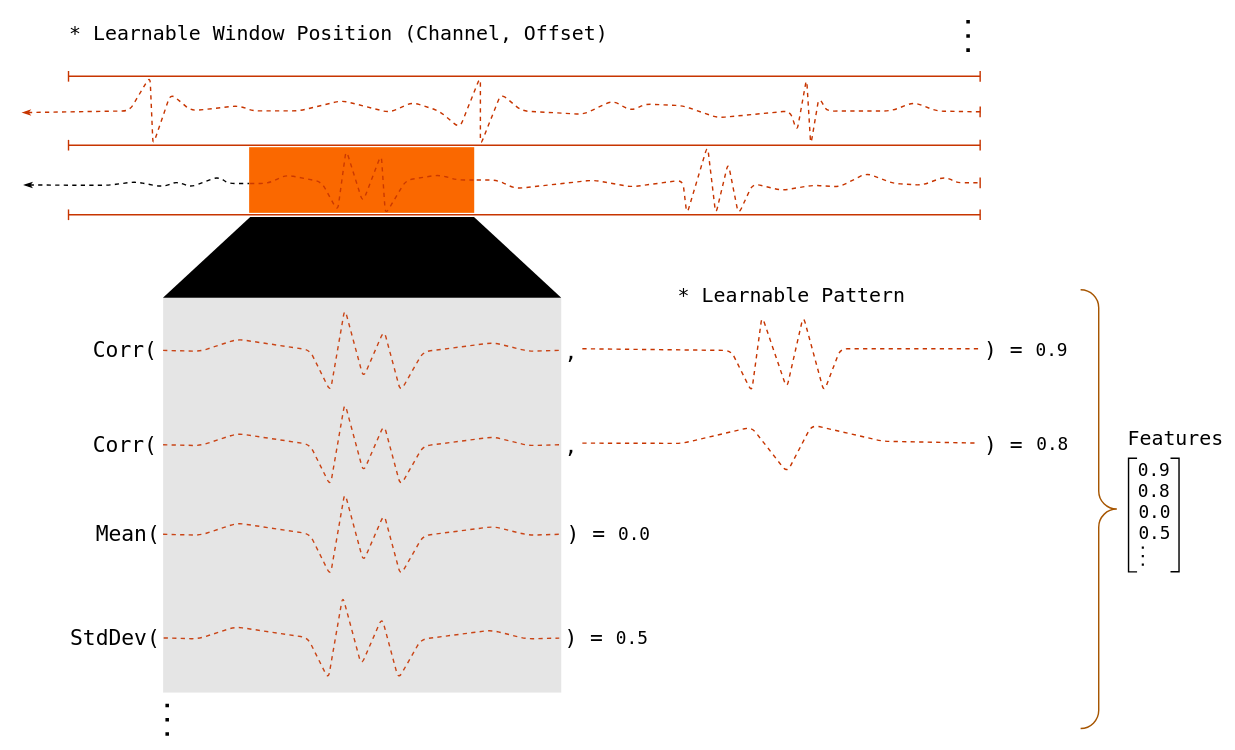
Above: fig_origins/sps.drawio.xml in Senopiece/thesis (draw.io), before the change. Source tidied: cells renumbered, new cells numbered last; positions are measured from the earlier drawing's top-left corner, leaving out a move shared by most shapes. Both pictures are drawn from the tidied source at 71%, with x=0, y=0 at pixel (22, 13).
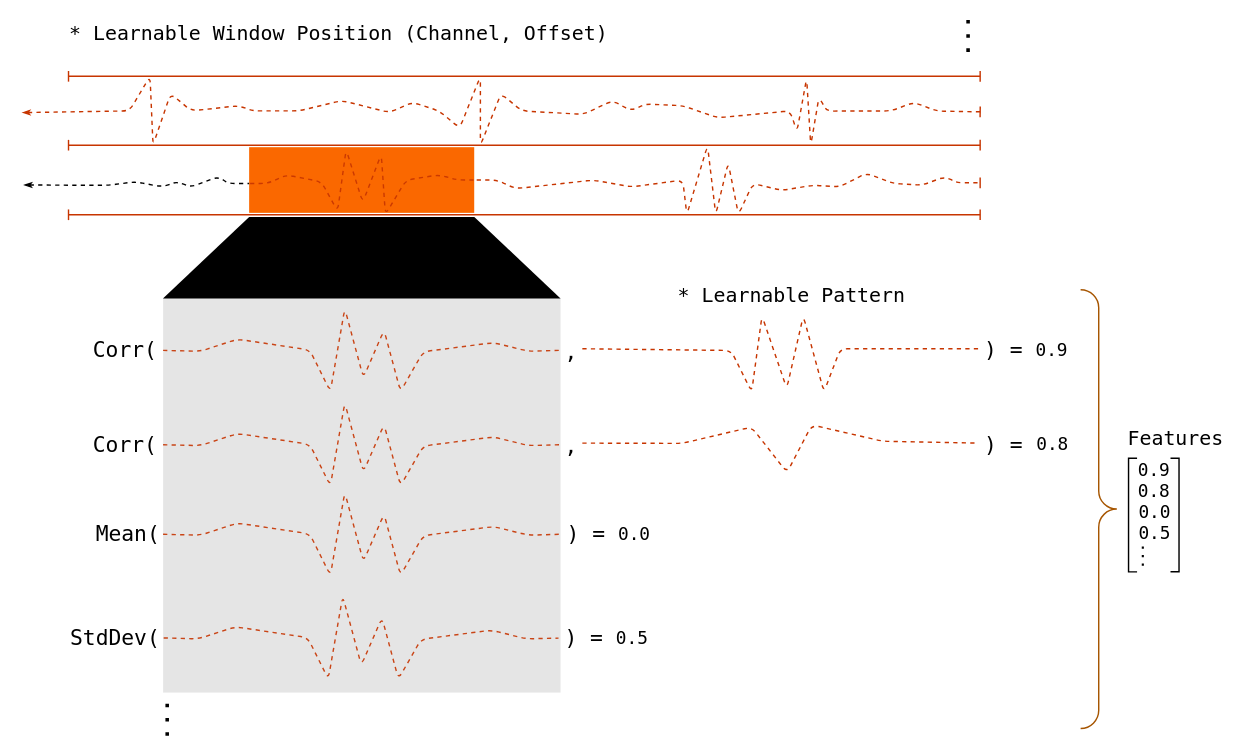
Above is the later version.

Diff of the diagram source:
```diff
@@
     <mxCell id="2" style="rounded=0;whiteSpace=wrap;html=1;fillColor=light-dark(#FA6800,#FFB15F);strokeColor=none;fillStyle=solid;fontColor=#000000;shadow=0;opacity=10;gradientColor=default;gradientDirection=south;" parent="1" vertex="1">
-      <mxGeometry x="198.2" y="400" width="560.8" height="556" as="geometry" />
+      <mxGeometry x="198.2" y="400" width="559.8" height="556" as="geometry" />
     </mxCell>
@@
-    <mxCell id="4" style="shape=trapezoid;perimeter=trapezoidPerimeter;whiteSpace=wrap;html=1;fixedSize=1;size=122.89951126663749;gradientColor=light-dark(#FFFFFF, #fff7ef);fillColor=light-dark(#FFFFFF,#FFE0BF);strokeColor=none;" parent="1" vertex="1">
-      <mxGeometry x="198" y="286" width="561" height="114" as="geometry" />
+    <mxCell id="4" style="shape=trapezoid;perimeter=trapezoidPerimeter;whiteSpace=wrap;html=1;fixedSize=1;size=121.42690058479525;gradientColor=light-dark(#FFFFFF, #fff7ef);fillColor=light-dark(#FFFFFF,#FFE0BF);strokeColor=none;" parent="1" vertex="1">
+      <mxGeometry x="198" y="286" width="560" height="115" as="geometry" />
     </mxCell>
```
